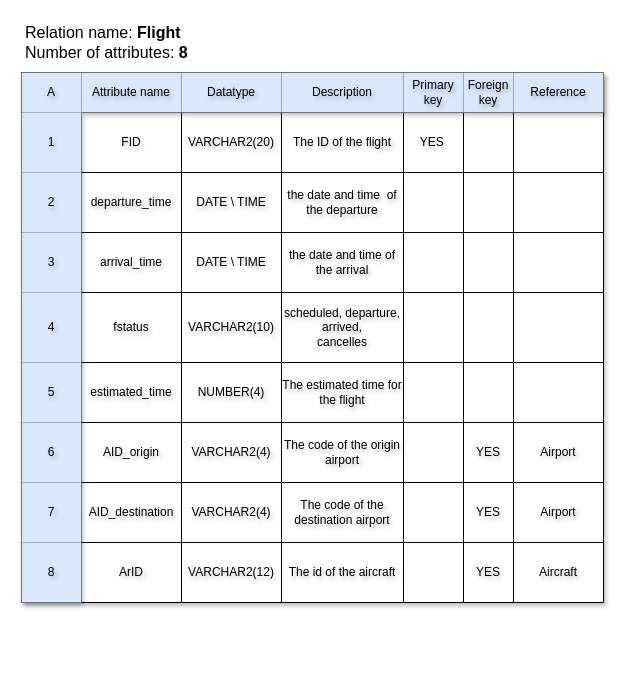
Before: page "Flight_data_dictionary" (5 of 8) of Airport-DBMS.drawio in AbdullahKhkmba/Airport-DBMS, a draw.io diagram. Source tidied: cells renumbered, new cells numbered last; positions are measured from the earlier drawing's top-left corner, leaving out a move shared by most shapes. Both pictures are drawn from the tidied source at 100%, with x=0, y=0 at pixel (21, 17).
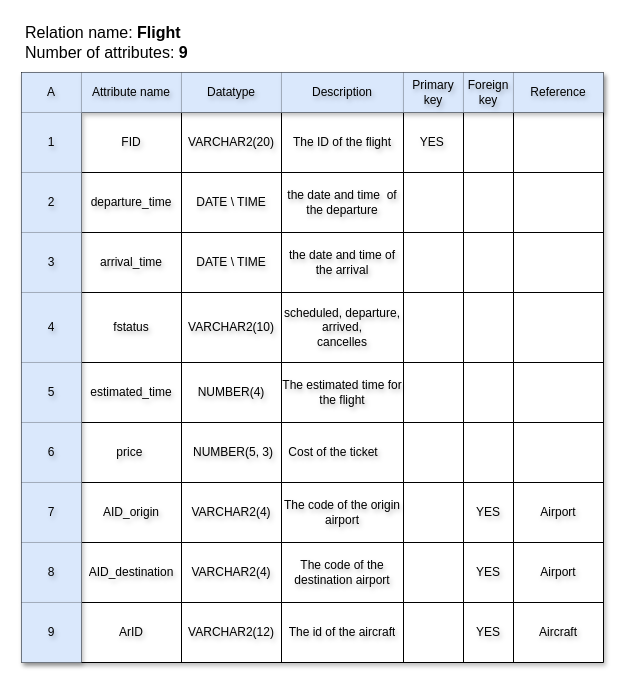
The same page after the edit.

What changed in the source:
```diff
@@
     <mxCell id="2" style="shape=table;startSize=0;childLayout=tableLayout;rounded=1;shadow=1;textShadow=1;swimlaneFillColor=none;" parent="1" vertex="1">
-      <mxGeometry y="55" width="582" height="530" as="geometry" />
+      <mxGeometry y="55" width="582" height="590" as="geometry" />
     </mxCell>
@@
+    <mxCell id="76" style="shape=tableRow;horizontal=0;startSize=0;swimlaneHead=0;swimlaneBody=0;strokeColor=inherit;top=0;left=0;bottom=0;right=0;fillColor=none;rounded=1;shadow=1;textShadow=1;swimlaneFillColor=none;" parent="2" vertex="1">
+      <mxGeometry y="350" width="582" height="60" as="geometry" />
+    </mxCell>
+    <mxCell id="77" value="6" style="shape=partialRectangle;html=1;whiteSpace=wrap;strokeColor=#6c8ebf;overflow=hidden;fillColor=#dae8fc;top=0;left=0;bottom=0;right=0;rounded=1;shadow=1;textShadow=1;swimlaneFillColor=none;" parent="76" vertex="1">
+      <mxGeometry width="60" height="60" as="geometry" />
+    </mxCell>
+    <mxCell id="78" value="price&amp;nbsp;" style="shape=partialRectangle;html=1;whiteSpace=wrap;strokeColor=inherit;overflow=hidden;fillColor=none;top=0;left=0;bottom=0;right=0;rounded=1;shadow=1;textShadow=1;swimlaneFillColor=none;" parent="76" vertex="1">
+      <mxGeometry x="60" width="100" height="60" as="geometry" />
+    </mxCell>
+    <mxCell id="79" style="shape=partialRectangle;html=1;whiteSpace=wrap;strokeColor=inherit;overflow=hidden;fillColor=none;top=0;left=0;bottom=0;right=0;rounded=1;shadow=1;textShadow=1;swimlaneFillColor=none;" parent="76" vertex="1">
+      <mxGeometry x="160" width="100" height="60" as="geometry" />
+    </mxCell>
+    <mxCell id="80" style="shape=partialRectangle;html=1;whiteSpace=wrap;strokeColor=inherit;overflow=hidden;fillColor=none;top=0;left=0;bottom=0;right=0;rounded=1;shadow=1;textShadow=1;swimlaneFillColor=none;" parent="76" vertex="1">
+      <mxGeometry x="260" width="122" height="60" as="geometry" />
+    </mxCell>
+    <mxCell id="81" style="shape=partialRectangle;html=1;whiteSpace=wrap;strokeColor=inherit;overflow=hidden;fillColor=none;top=0;left=0;bottom=0;right=0;rounded=1;shadow=1;textShadow=1;swimlaneFillColor=none;" parent="76" vertex="1">
+      <mxGeometry x="382" width="60" height="60" as="geometry" />
+    </mxCell>
+    <mxCell id="82" style="shape=partialRectangle;html=1;whiteSpace=wrap;strokeColor=inherit;overflow=hidden;fillColor=none;top=0;left=0;bottom=0;right=0;rounded=1;shadow=1;textShadow=1;swimlaneFillColor=none;" parent="76" vertex="1">
+      <mxGeometry x="442" width="50" height="60" as="geometry" />
+    </mxCell>
+    <mxCell id="83" style="shape=partialRectangle;html=1;whiteSpace=wrap;strokeColor=inherit;overflow=hidden;fillColor=none;top=0;left=0;bottom=0;right=0;rounded=1;shadow=1;textShadow=1;swimlaneFillColor=none;" parent="76" vertex="1">
+      <mxGeometry x="492" width="90" height="60" as="geometry" />
+    </mxCell>
     <mxCell id="51" style="shape=tableRow;horizontal=0;startSize=0;swimlaneHead=0;swimlaneBody=0;strokeColor=inherit;top=0;left=0;bottom=0;right=0;fillColor=none;rounded=1;shadow=1;textShadow=1;swimlaneFillColor=none;" parent="2" vertex="1">
-      <mxGeometry y="350" width="582" height="60" as="geometry" />
+      <mxGeometry y="410" width="582" height="60" as="geometry" />
     </mxCell>
-    <mxCell id="52" value="6" style="shape=partialRectangle;html=1;whiteSpace=wrap;strokeColor=#6c8ebf;overflow=hidden;fillColor=#dae8fc;top=0;left=0;bottom=0;right=0;rounded=1;shadow=1;textShadow=1;swimlaneFillColor=none;" parent="51" vertex="1">
+    <mxCell id="52" value="7" style="shape=partialRectangle;html=1;whiteSpace=wrap;strokeColor=#6c8ebf;overflow=hidden;fillColor=#dae8fc;top=0;left=0;bottom=0;right=0;rounded=1;shadow=1;textShadow=1;swimlaneFillColor=none;" parent="51" vertex="1">
       <mxGeometry width="60" height="60" as="geometry" />
     </mxCell>
@@
     <mxCell id="59" style="shape=tableRow;horizontal=0;startSize=0;swimlaneHead=0;swimlaneBody=0;strokeColor=inherit;top=0;left=0;bottom=0;right=0;fillColor=none;rounded=1;shadow=1;textShadow=1;swimlaneFillColor=none;" parent="2" vertex="1">
-      <mxGeometry y="410" width="582" height="60" as="geometry" />
+      <mxGeometry y="470" width="582" height="60" as="geometry" />
     </mxCell>
-    <mxCell id="60" value="7" style="shape=partialRectangle;html=1;whiteSpace=wrap;strokeColor=#6c8ebf;overflow=hidden;fillColor=#dae8fc;top=0;left=0;bottom=0;right=0;rounded=1;shadow=1;textShadow=1;swimlaneFillColor=none;" parent="59" vertex="1">
+    <mxCell id="60" value="8" style="shape=partialRectangle;html=1;whiteSpace=wrap;strokeColor=#6c8ebf;overflow=hidden;fillColor=#dae8fc;top=0;left=0;bottom=0;right=0;rounded=1;shadow=1;textShadow=1;swimlaneFillColor=none;" parent="59" vertex="1">
       <mxGeometry width="60" height="60" as="geometry" />
     </mxCell>
@@
     <mxCell id="67" style="shape=tableRow;horizontal=0;startSize=0;swimlaneHead=0;swimlaneBody=0;strokeColor=inherit;top=0;left=0;bottom=0;right=0;fillColor=none;rounded=1;shadow=1;textShadow=1;swimlaneFillColor=none;" parent="2" vertex="1">
-      <mxGeometry y="470" width="582" height="60" as="geometry" />
+      <mxGeometry y="530" width="582" height="60" as="geometry" />
     </mxCell>
-    <mxCell id="68" value="8" style="shape=partialRectangle;html=1;whiteSpace=wrap;strokeColor=#6c8ebf;overflow=hidden;fillColor=#dae8fc;top=0;left=0;bottom=0;right=0;rounded=1;shadow=1;textShadow=1;swimlaneFillColor=none;" parent="67" vertex="1">
+    <mxCell id="68" value="9" style="shape=partialRectangle;html=1;whiteSpace=wrap;strokeColor=#6c8ebf;overflow=hidden;fillColor=#dae8fc;top=0;left=0;bottom=0;right=0;rounded=1;shadow=1;textShadow=1;swimlaneFillColor=none;" parent="67" vertex="1">
       <mxGeometry width="60" height="60" as="geometry" />
     </mxCell>
@@
-    <mxCell id="75" value="&lt;font style=&quot;font-size: 16px;&quot;&gt;Relation name:&lt;b&gt;&amp;nbsp;Flight&lt;/b&gt;&lt;/font&gt;&lt;div style=&quot;font-size: 16px;&quot;&gt;&lt;font style=&quot;font-size: 16px;&quot;&gt;Number of attributes: &lt;b&gt;8&lt;/b&gt;&lt;/font&gt;&lt;/div&gt;" style="text;html=1;align=left;verticalAlign=middle;strokeColor=none;fillColor=none;" parent="1" vertex="1">
+    <mxCell id="75" value="&lt;font style=&quot;font-size: 16px;&quot;&gt;Relation name:&lt;b&gt;&amp;nbsp;Flight&lt;/b&gt;&lt;/font&gt;&lt;div style=&quot;font-size: 16px;&quot;&gt;&lt;font style=&quot;font-size: 16px;&quot;&gt;Number of attributes: &lt;b&gt;9&lt;/b&gt;&lt;/font&gt;&lt;/div&gt;" style="text;html=1;align=left;verticalAlign=middle;strokeColor=none;fillColor=none;" parent="1" vertex="1">
       <mxGeometry x="2" width="190" height="50" as="geometry" />
     </mxCell>
+    <mxCell id="84" style="shape=tableRow;horizontal=0;startSize=0;swimlaneHead=0;swimlaneBody=0;strokeColor=inherit;top=0;left=0;bottom=0;right=0;fillColor=none;rounded=1;shadow=1;textShadow=1;swimlaneFillColor=none;" parent="1" vertex="1">
+      <mxGeometry x="2" y="405" width="570" height="60" as="geometry" />
+    </mxCell>
+    <mxCell id="85" style="shape=partialRectangle;html=1;whiteSpace=wrap;strokeColor=inherit;overflow=hidden;fillColor=none;top=0;left=0;bottom=0;right=0;rounded=1;shadow=1;textShadow=1;swimlaneFillColor=none;" parent="84" vertex="1">
+      <mxGeometry x="60" width="100" height="60" as="geometry" />
+    </mxCell>
+    <mxCell id="86" value="NUMBER(5, 3)" style="shape=partialRectangle;html=1;whiteSpace=wrap;strokeColor=inherit;overflow=hidden;fillColor=none;top=0;left=0;bottom=0;right=0;rounded=1;shadow=1;textShadow=1;swimlaneFillColor=none;" parent="84" vertex="1">
+      <mxGeometry x="160" width="100" height="60" as="geometry" />
+    </mxCell>
+    <mxCell id="87" value="Cost of the ticket" style="shape=partialRectangle;html=1;whiteSpace=wrap;strokeColor=inherit;overflow=hidden;fillColor=none;top=0;left=0;bottom=0;right=0;rounded=1;shadow=1;textShadow=1;swimlaneFillColor=none;" parent="84" vertex="1">
+      <mxGeometry x="260" width="100" height="60" as="geometry" />
+    </mxCell>
+    <mxCell id="88" style="shape=partialRectangle;html=1;whiteSpace=wrap;strokeColor=inherit;overflow=hidden;fillColor=none;top=0;left=0;bottom=0;right=0;rounded=1;shadow=1;textShadow=1;swimlaneFillColor=none;" parent="84" vertex="1">
+      <mxGeometry x="360" width="60" height="60" as="geometry" />
+    </mxCell>
+    <mxCell id="89" style="shape=partialRectangle;html=1;whiteSpace=wrap;strokeColor=inherit;overflow=hidden;fillColor=none;top=0;left=0;bottom=0;right=0;rounded=1;shadow=1;textShadow=1;swimlaneFillColor=none;" parent="84" vertex="1">
+      <mxGeometry x="420" width="50" height="60" as="geometry" />
+    </mxCell>
```
